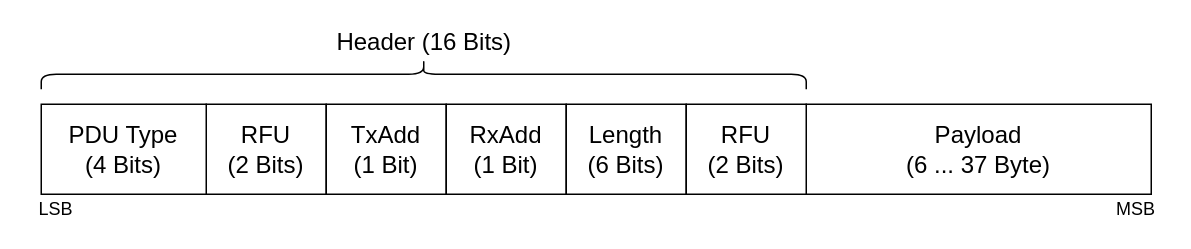
This is doc/bachelor_thesis_german/graphics/source/link_layer_packetformat_pdu_adv.drawio from immrn/secure-ble-for-esp32-android, a draw.io file, before an edit. Source tidied: cells renumbered, new cells numbered last; positions are measured from the earlier drawing's top-left corner, leaving out a move shared by most shapes. Both pictures are drawn from the tidied source at 150%, with x=0, y=0 at pixel (26, -309).
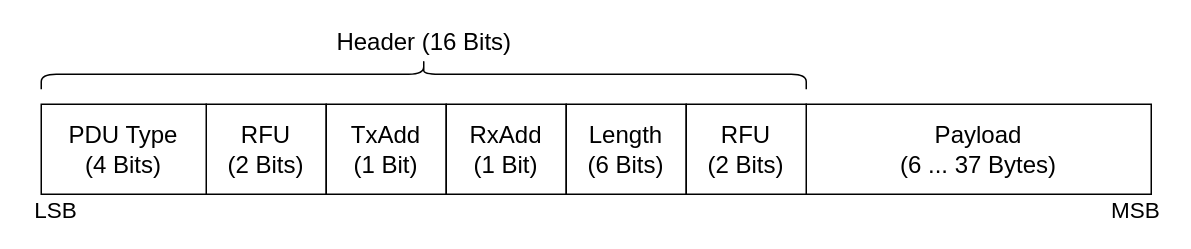
The same page after the edit.

The edit, as a diff of the source:
```diff
@@
 <mxGraphModel>
   <root>
     <mxCell id="0" />
     <mxCell id="1" parent="0" />
     <mxCell id="2" value="&lt;font style=&quot;font-size: 16px&quot;&gt;RFU&lt;br&gt;(2 Bits)&lt;/font&gt;" style="rounded=0;whiteSpace=wrap;html=1;" parent="1" vertex="1">
       <mxGeometry x="120" y="275" width="80" height="60" as="geometry" />
     </mxCell>
     <mxCell id="3" value="&lt;span style=&quot;font-size: 16px&quot;&gt;PDU Type&lt;br&gt;(4 Bits)&lt;br&gt;&lt;/span&gt;" style="rounded=0;whiteSpace=wrap;html=1;" parent="1" vertex="1">
       <mxGeometry x="10" y="275" width="110" height="60" as="geometry" />
     </mxCell>
-    <mxCell id="4" value="MSB" style="text;html=1;strokeColor=none;fillColor=none;align=center;verticalAlign=middle;whiteSpace=wrap;rounded=0;" parent="1" vertex="1">
+    <mxCell id="4" value="MSB" style="text;html=1;strokeColor=none;fillColor=none;align=center;verticalAlign=middle;whiteSpace=wrap;rounded=0;fontSize=15;" parent="1" vertex="1">
       <mxGeometry x="720" y="335" width="40" height="20" as="geometry" />
     </mxCell>
-    <mxCell id="5" value="LSB" style="text;html=1;strokeColor=none;fillColor=none;align=center;verticalAlign=middle;whiteSpace=wrap;rounded=0;" parent="1" vertex="1">
+    <mxCell id="5" value="LSB" style="text;html=1;strokeColor=none;fillColor=none;align=center;verticalAlign=middle;whiteSpace=wrap;rounded=0;fontSize=15;" parent="1" vertex="1">
       <mxGeometry y="335" width="40" height="20" as="geometry" />
     </mxCell>
-    <mxCell id="6" value="&lt;font style=&quot;font-size: 16px&quot;&gt;Payload&lt;br&gt;(6 ... 37 Byte)&lt;br&gt;&lt;/font&gt;" style="rounded=0;whiteSpace=wrap;html=1;" parent="1" vertex="1">
+    <mxCell id="6" value="&lt;font style=&quot;font-size: 16px&quot;&gt;Payload&lt;br&gt;(6 ... 37 Bytes)&lt;br&gt;&lt;/font&gt;" style="rounded=0;whiteSpace=wrap;html=1;" parent="1" vertex="1">
       <mxGeometry x="520" y="275" width="230" height="60" as="geometry" />
     </mxCell>
     <mxCell id="7" value="&lt;font style=&quot;font-size: 16px&quot;&gt;TxAdd&lt;br&gt;(1 Bit)&lt;/font&gt;" style="rounded=0;whiteSpace=wrap;html=1;" parent="1" vertex="1">
       <mxGeometry x="200" y="275" width="80" height="60" as="geometry" />
     </mxCell>
     <mxCell id="8" value="&lt;font style=&quot;font-size: 16px&quot;&gt;RxAdd&lt;br&gt;(1 Bit)&lt;/font&gt;" style="rounded=0;whiteSpace=wrap;html=1;" parent="1" vertex="1">
       <mxGeometry x="280" y="275" width="80" height="60" as="geometry" />
     </mxCell>
     <mxCell id="9" value="&lt;font style=&quot;font-size: 16px&quot;&gt;Length&lt;br&gt;(6 Bits)&lt;/font&gt;" style="rounded=0;whiteSpace=wrap;html=1;" parent="1" vertex="1">
       <mxGeometry x="360" y="275" width="80" height="60" as="geometry" />
     </mxCell>
     <mxCell id="10" value="&lt;font style=&quot;font-size: 16px&quot;&gt;RFU&lt;br&gt;(2 Bits)&lt;br&gt;&lt;/font&gt;" style="rounded=0;whiteSpace=wrap;html=1;" parent="1" vertex="1">
       <mxGeometry x="440" y="275" width="80" height="60" as="geometry" />
     </mxCell>
     <mxCell id="11" style="shape=curlyBracket;whiteSpace=wrap;html=1;rounded=1;flipH=1;rotation=-90;" parent="1" vertex="1">
       <mxGeometry x="255" width="20" height="510" as="geometry" />
     </mxCell>
     <mxCell id="12" value="&lt;font style=&quot;font-size: 16px&quot;&gt;Header (16 Bits)&lt;/font&gt;" style="text;html=1;strokeColor=none;fillColor=none;align=center;verticalAlign=middle;whiteSpace=wrap;rounded=0;" parent="1" vertex="1">
       <mxGeometry x="202.5" y="223" width="125" height="20" as="geometry" />
     </mxCell>
   </root>
 </mxGraphModel>
```
